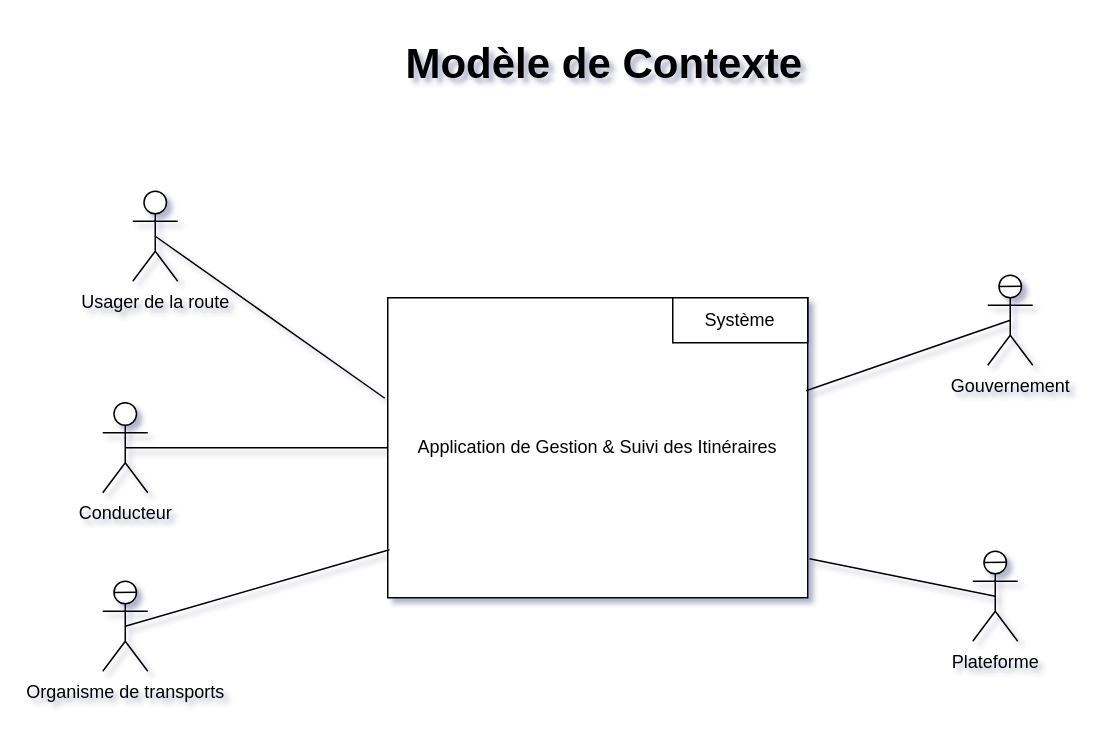
This is page "Modèle de Contexte" (1 of 5) of modeling/week2/uml_modeling/uml_static_models.drawio from KpihX/my-way, a draw.io file, before an edit. Source tidied: cells renumbered, new cells numbered last; positions are measured from the earlier drawing's top-left corner, leaving out a move shared by most shapes. Both pictures are drawn from the tidied source at 150%, with x=0, y=0 at pixel (102, 26).
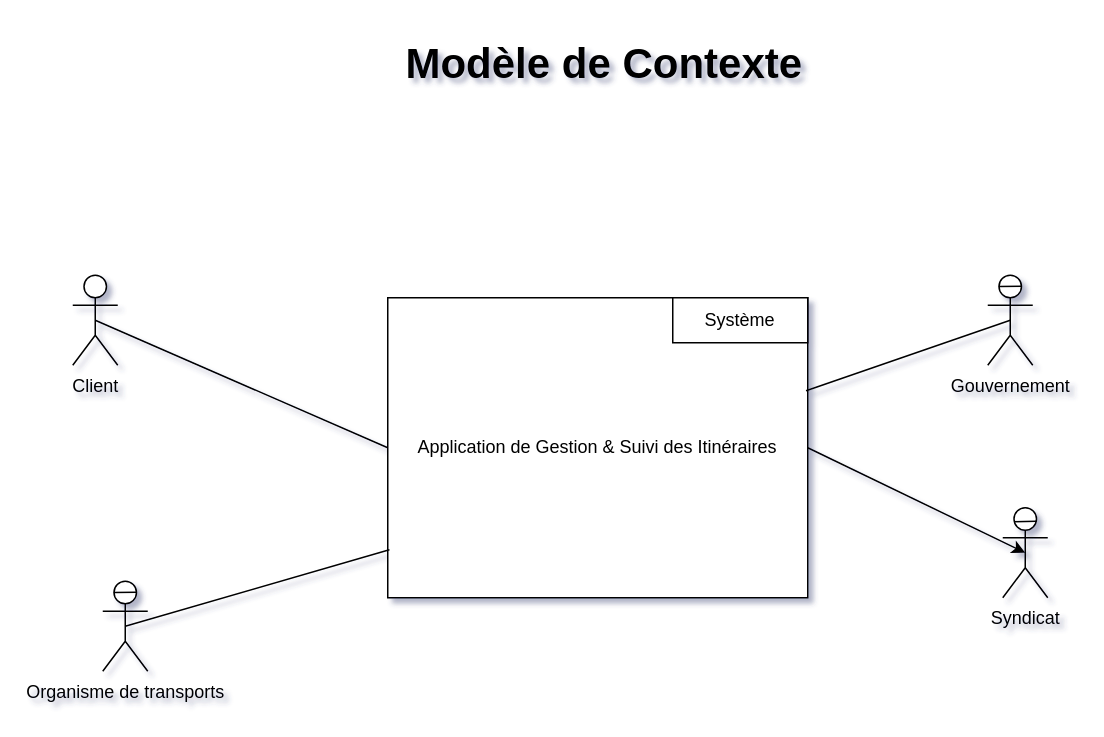
After the change.

Change to the diagram source:
```diff
@@
 <mxGraphModel shadow="1">
   <root>
     <mxCell id="0" />
     <mxCell id="1" parent="0" />
+    <mxCell id="18" style="edgeStyle=none;html=1;exitX=1;exitY=0.5;exitDx=0;exitDy=0;entryX=0.5;entryY=0.5;entryDx=0;entryDy=0;entryPerimeter=0;" parent="1" edge="1" source="2" target="19">
+      <mxGeometry relative="1" as="geometry" />
+    </mxCell>
     <mxCell id="2" value="Application de Gestion &amp;amp; Suivi des Itinéraires" style="whiteSpace=wrap;html=1;labelBackgroundColor=default;" parent="1" vertex="1">
       <mxGeometry x="190" y="181" width="280" height="200" as="geometry" />
     </mxCell>
-    <mxCell id="3" value="Usager de la route" style="shape=umlActor;verticalLabelPosition=bottom;verticalAlign=top;html=1;outlineConnect=0;" parent="1" vertex="1">
-      <mxGeometry x="20" y="110" width="30" height="60" as="geometry" />
-    </mxCell>
     <mxCell id="4" style="endArrow=none;html=1;entryX=0.996;entryY=0.31;entryDx=0;entryDy=0;entryPerimeter=0;exitX=0.5;exitY=0.5;exitDx=0;exitDy=0;exitPerimeter=0;startArrow=none;" parent="1" edge="1" source="16" target="2">
       <mxGeometry relative="1" as="geometry" />
     </mxCell>
-    <mxCell id="5" style="endArrow=none;html=1;exitX=0.5;exitY=0.5;exitDx=0;exitDy=0;exitPerimeter=0;entryX=-0.007;entryY=0.335;entryDx=0;entryDy=0;entryPerimeter=0;" parent="1" edge="1" source="3" target="2">
-      <mxGeometry relative="1" as="geometry" />
-    </mxCell>
     <mxCell id="6" value="Système" style="rounded=0;labelBackgroundColor=none;labelBorderColor=none;fontColor=default;whiteSpace=wrap;html=1;" parent="1" vertex="1">
       <mxGeometry x="380" y="181" width="90" height="30" as="geometry" />
     </mxCell>
     <mxCell id="7" value="Modèle de Contexte" style="text;html=1;align=center;verticalAlign=middle;strokeColor=none;fillColor=none;fontStyle=1;fontSize=28;" parent="1" vertex="1">
       <mxGeometry x="189" width="290" height="50" as="geometry" />
     </mxCell>
-    <mxCell id="8" value="Conducteur" style="shape=umlActor;verticalLabelPosition=bottom;verticalAlign=top;html=1;outlineConnect=0;" parent="1" vertex="1">
-      <mxGeometry y="251" width="30" height="60" as="geometry" />
+    <mxCell id="8" value="Client" style="shape=umlActor;verticalLabelPosition=bottom;verticalAlign=top;html=1;outlineConnect=0;" parent="1" vertex="1">
+      <mxGeometry x="-20" y="166" width="30" height="60" as="geometry" />
     </mxCell>
     <mxCell id="9" style="endArrow=none;html=1;exitX=0.5;exitY=0.5;exitDx=0;exitDy=0;exitPerimeter=0;entryX=0;entryY=0.5;entryDx=0;entryDy=0;" parent="1" edge="1" source="8" target="2">
       <mxGeometry relative="1" as="geometry" />
     </mxCell>
     <mxCell id="10" value="Organisme de transports" style="shape=umlActor;verticalLabelPosition=bottom;verticalAlign=top;html=1;" parent="1" vertex="1">
       <mxGeometry y="370" width="30" height="60" as="geometry" />
     </mxCell>
     <mxCell id="11" style="endArrow=none;html=1;entryX=0.743;entryY=0.121;entryDx=0;entryDy=0;entryPerimeter=0;exitX=0.246;exitY=0.126;exitDx=0;exitDy=0;exitPerimeter=0;" parent="1" edge="1" source="10" target="10">
       <mxGeometry relative="1" as="geometry" />
     </mxCell>
     <mxCell id="12" style="endArrow=none;html=1;entryX=0.004;entryY=0.84;entryDx=0;entryDy=0;entryPerimeter=0;exitX=0.5;exitY=0.5;exitDx=0;exitDy=0;exitPerimeter=0;" parent="1" edge="1" source="10" target="2">
       <mxGeometry relative="1" as="geometry" />
     </mxCell>
-    <mxCell id="13" value="Plateforme" style="shape=umlActor;verticalLabelPosition=bottom;verticalAlign=top;html=1;" parent="1" vertex="1">
-      <mxGeometry x="580" y="350" width="30" height="60" as="geometry" />
-    </mxCell>
-    <mxCell id="14" style="endArrow=none;html=1;entryX=0.743;entryY=0.121;entryDx=0;entryDy=0;entryPerimeter=0;exitX=0.246;exitY=0.126;exitDx=0;exitDy=0;exitPerimeter=0;" parent="1" edge="1" source="13" target="13">
-      <mxGeometry relative="1" as="geometry" />
-    </mxCell>
-    <mxCell id="15" style="endArrow=none;html=1;entryX=0.5;entryY=0.5;entryDx=0;entryDy=0;entryPerimeter=0;exitX=1.004;exitY=0.87;exitDx=0;exitDy=0;exitPerimeter=0;" parent="1" edge="1" source="2" target="13">
-      <mxGeometry relative="1" as="geometry" />
-    </mxCell>
     <mxCell id="16" value="Gouvernement" style="shape=umlActor;verticalLabelPosition=bottom;verticalAlign=top;html=1;" parent="1" vertex="1">
       <mxGeometry x="590" y="166" width="30" height="60" as="geometry" />
     </mxCell>
     <mxCell id="17" style="endArrow=none;html=1;entryX=0.743;entryY=0.121;entryDx=0;entryDy=0;entryPerimeter=0;exitX=0.246;exitY=0.126;exitDx=0;exitDy=0;exitPerimeter=0;" parent="1" edge="1" source="16" target="16">
       <mxGeometry relative="1" as="geometry" />
     </mxCell>
+    <mxCell id="19" value="Syndicat" style="shape=umlActor;verticalLabelPosition=bottom;verticalAlign=top;html=1;" parent="1" vertex="1">
+      <mxGeometry x="600" y="321" width="30" height="60" as="geometry" />
+    </mxCell>
+    <mxCell id="20" style="endArrow=none;html=1;entryX=0.743;entryY=0.121;entryDx=0;entryDy=0;entryPerimeter=0;exitX=0.246;exitY=0.126;exitDx=0;exitDy=0;exitPerimeter=0;" parent="1" edge="1">
+      <mxGeometry relative="1" as="geometry">
+        <mxPoint x="607.5" y="330.3" as="sourcePoint" />
+        <mxPoint x="622.5" y="330" as="targetPoint" />
+      </mxGeometry>
+    </mxCell>
   </root>
 </mxGraphModel>
```
